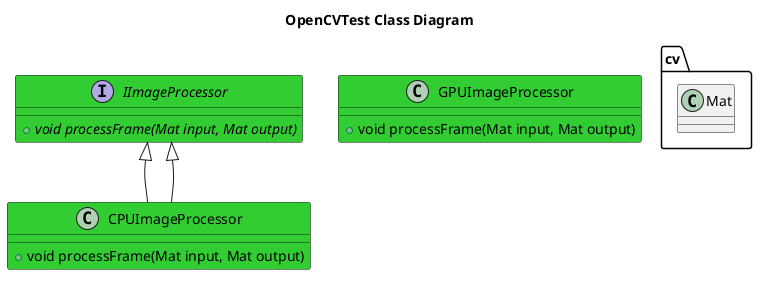
Above: doc/ADR/016-ADRGPUSoftwareDesign/examples/OpenCVTest/doc/puml/OpenCVTestClassDiagram.png in fastrobotics/robot_framework (PlantUML), before the change. Its diagram source:
```plantuml
@startuml
title OpenCVTest Class Diagram
namespace cv {
    class Mat
}
interface IImageProcessor #LimeGreen {
    +{abstract} void processFrame(Mat input, Mat output)
}
class CPUImageProcessor #LimeGreen  {
    +void processFrame(Mat input, Mat output)
}
CPUImageProcessor -up-|> IImageProcessor
class GPUImageProcessor #LimeGreen  {
    +void processFrame(Mat input, Mat output)
}
CPUImageProcessor -up-|> IImageProcessor
@enduml
```
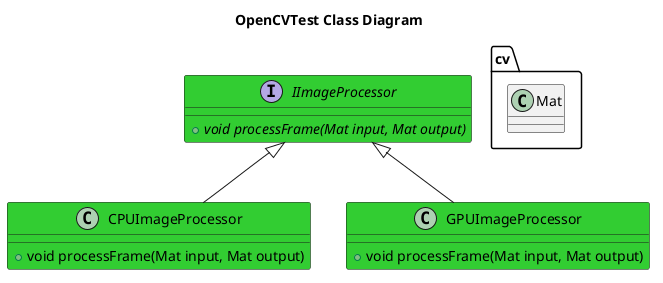
Above is the later version.

What changed in the source:
```diff
@@ -13,5 +13,5 @@
 class GPUImageProcessor #LimeGreen  {
     +void processFrame(Mat input, Mat output)
 }
-CPUImageProcessor -up-|> IImageProcessor
+GPUImageProcessor -up-|> IImageProcessor
 @enduml
```
